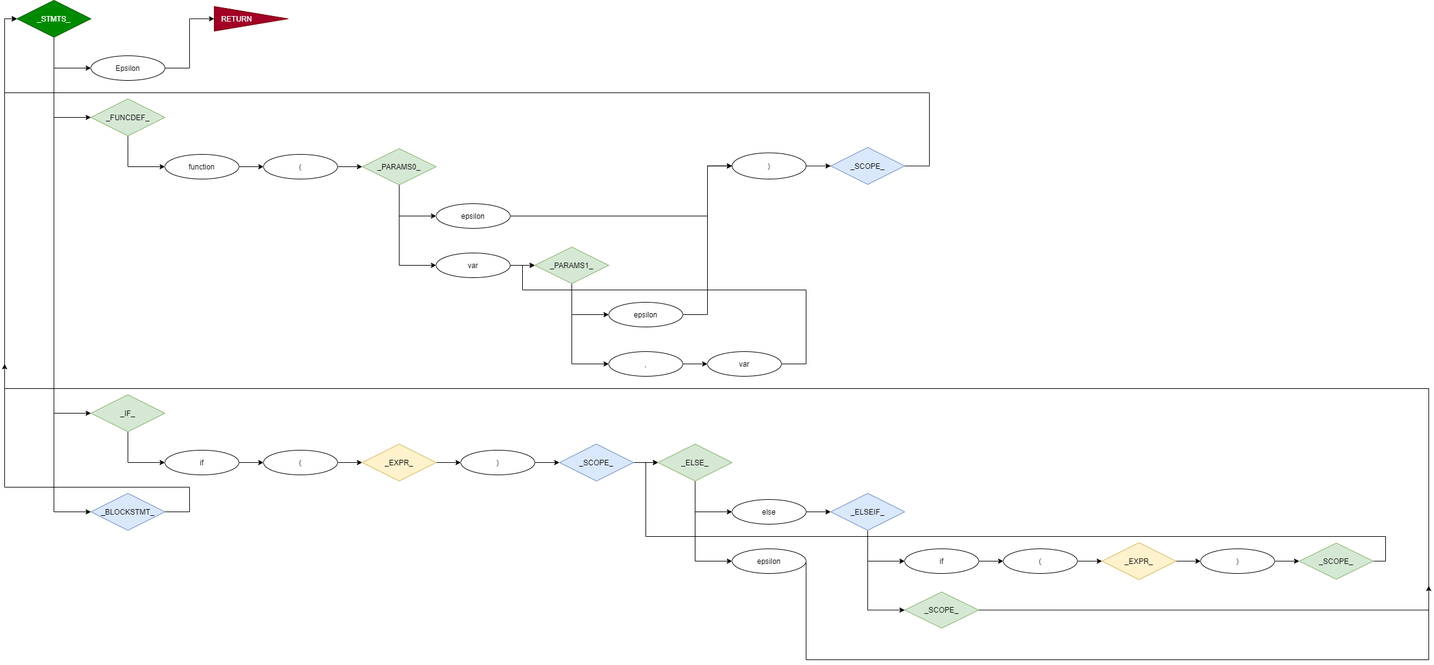
Before: README/Images/CFG1-_STMTS_.png, a diagram exported from draw.io (ZacharyYGateley/Compiler). Source tidied: cells renumbered, new cells last; positions are measured from the earlier drawing's top-left corner, leaving out a move shared by most shapes.
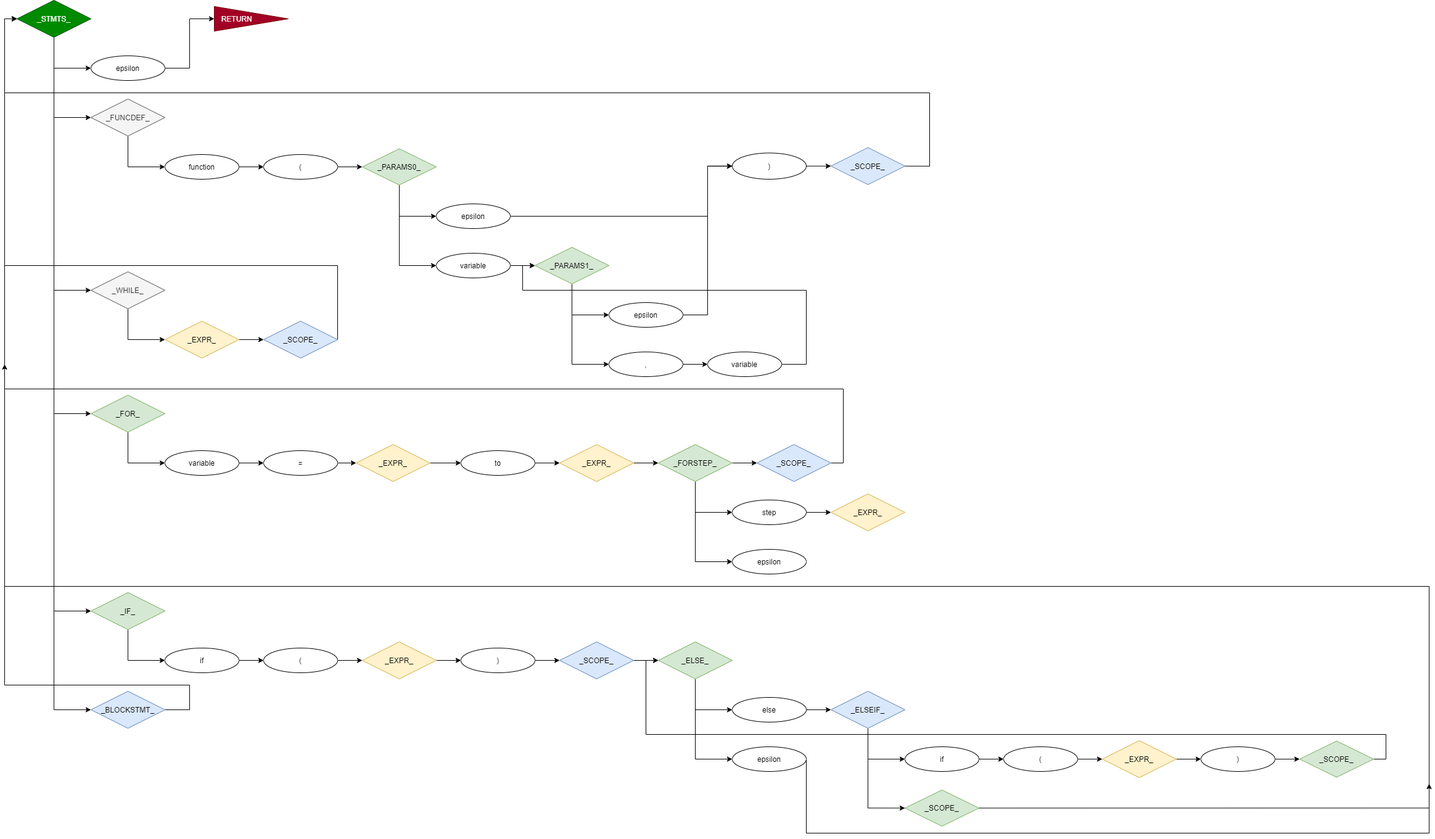
The same diagram one commit later.

Change to the diagram source:
```diff
@@ -5,8 +5,8 @@
     <mxCell id="2" style="edgeStyle=orthogonalEdgeStyle;rounded=0;jettySize=auto;html=1;exitX=0.5;exitY=1;exitDx=0;exitDy=0;entryX=0;entryY=0.5;entryDx=0;entryDy=0;" parent="1" edge="1" source="3" target="14">
       <mxGeometry relative="1" as="geometry" />
     </mxCell>
-    <mxCell id="3" value="_FUNCDEF_" style="rhombus;whiteSpace=wrap;html=1;fillColor=#d5e8d4;strokeColor=#82b366;" parent="1" vertex="1">
-      <mxGeometry x="140" y="160" width="120" height="60" as="geometry" />
+    <mxCell id="3" value="_FUNCDEF_" style="rhombus;whiteSpace=wrap;html=1;fillColor=#f5f5f5;strokeColor=#666666;fontColor=#333333;" parent="1" vertex="1">
+      <mxGeometry x="140" y="-160" width="120" height="60" as="geometry" />
     </mxCell>
     <mxCell id="4" style="edgeStyle=orthogonalEdgeStyle;rounded=0;jettySize=auto;html=1;exitX=0.5;exitY=1;exitDx=0;exitDy=0;entryX=0;entryY=0.5;entryDx=0;entryDy=0;" parent="1" edge="1" source="8" target="3">
       <mxGeometry relative="1" as="geometry" />
@@ -20,8 +20,14 @@
     <mxCell id="7" style="edgeStyle=orthogonalEdgeStyle;rounded=0;jettySize=auto;html=1;exitX=0.5;exitY=1;exitDx=0;exitDy=0;entryX=0;entryY=0.5;entryDx=0;entryDy=0;" parent="1" edge="1" source="8" target="40">
       <mxGeometry relative="1" as="geometry" />
     </mxCell>
+    <mxCell id="74" style="edgeStyle=orthogonalEdgeStyle;rounded=0;jettySize=auto;html=1;exitX=0.5;exitY=1;exitDx=0;exitDy=0;entryX=0;entryY=0.5;entryDx=0;entryDy=0;" parent="1" edge="1" source="8" target="77">
+      <mxGeometry relative="1" as="geometry" />
+    </mxCell>
+    <mxCell id="75" style="edgeStyle=orthogonalEdgeStyle;rounded=0;jettySize=auto;html=1;exitX=0.5;exitY=1;exitDx=0;exitDy=0;entryX=0;entryY=0.5;entryDx=0;entryDy=0;" parent="1" edge="1" source="8" target="83">
+      <mxGeometry relative="1" as="geometry" />
+    </mxCell>
     <mxCell id="8" value="_STMTS_" style="rhombus;whiteSpace=wrap;html=1;fillColor=#008a00;strokeColor=#005700;fontColor=#ffffff;" parent="1" vertex="1">
-      <mxGeometry x="20" width="120" height="60" as="geometry" />
+      <mxGeometry x="20" y="-320" width="120" height="60" as="geometry" />
     </mxCell>
     <mxCell id="9" style="edgeStyle=orthogonalEdgeStyle;rounded=0;jettySize=auto;html=1;exitX=0.5;exitY=1;exitDx=0;exitDy=0;entryX=0;entryY=0.5;entryDx=0;entryDy=0;" parent="1" edge="1" source="10" target="24">
       <mxGeometry relative="1" as="geometry" />
@@ -35,7 +41,7 @@
           <mxPoint x="300" y="830" />
           <mxPoint x="300" y="790" />
           <mxPoint y="790" />
-          <mxPoint y="30" />
+          <mxPoint y="-290" />
         </Array>
       </mxGeometry>
     </mxCell>
@@ -46,22 +52,22 @@
       <mxGeometry relative="1" as="geometry" />
     </mxCell>
     <mxCell id="14" value="function" style="ellipse;whiteSpace=wrap;html=1;" parent="1" vertex="1">
-      <mxGeometry x="260" y="250" width="120" height="40" as="geometry" />
+      <mxGeometry x="260" y="-70" width="120" height="40" as="geometry" />
     </mxCell>
     <mxCell id="15" style="edgeStyle=orthogonalEdgeStyle;rounded=0;jettySize=auto;html=1;exitX=1;exitY=0.5;exitDx=0;exitDy=0;entryX=0;entryY=0.5;entryDx=0;entryDy=0;" parent="1" edge="1" source="16" target="22">
       <mxGeometry relative="1" as="geometry" />
     </mxCell>
     <mxCell id="16" value="(" style="ellipse;whiteSpace=wrap;html=1;" parent="1" vertex="1">
-      <mxGeometry x="420" y="250" width="120" height="40" as="geometry" />
+      <mxGeometry x="420" y="-70" width="120" height="40" as="geometry" />
     </mxCell>
     <mxCell id="17" style="edgeStyle=orthogonalEdgeStyle;rounded=0;jettySize=auto;html=1;exitX=1;exitY=0.5;exitDx=0;exitDy=0;entryX=0;entryY=0.5;entryDx=0;entryDy=0;" parent="1" edge="1" source="73" target="8">
       <mxGeometry relative="1" as="geometry">
         <Array as="points">
-          <mxPoint x="1460" y="269" />
-          <mxPoint x="1500" y="269" />
-          <mxPoint x="1500" y="150" />
-          <mxPoint y="150" />
-          <mxPoint y="30" />
+          <mxPoint x="1460" y="-51" />
+          <mxPoint x="1500" y="-51" />
+          <mxPoint x="1500" y="-170" />
+          <mxPoint y="-170" />
+          <mxPoint y="-290" />
         </Array>
       </mxGeometry>
     </mxCell>
@@ -69,7 +75,7 @@
       <mxGeometry relative="1" as="geometry" />
     </mxCell>
     <mxCell id="19" value=")" style="ellipse;whiteSpace=wrap;html=1;" parent="1" vertex="1">
-      <mxGeometry x="1180" y="247.5" width="120" height="42.5" as="geometry" />
+      <mxGeometry x="1180" y="-72.5" width="120" height="42.5" as="geometry" />
     </mxCell>
     <mxCell id="20" style="edgeStyle=orthogonalEdgeStyle;rounded=0;jettySize=auto;html=1;exitX=0.5;exitY=1;exitDx=0;exitDy=0;entryX=0;entryY=0.5;entryDx=0;entryDy=0;" parent="1" edge="1" source="22" target="48">
       <mxGeometry relative="1" as="geometry" />
@@ -78,7 +84,7 @@
       <mxGeometry relative="1" as="geometry" />
     </mxCell>
     <mxCell id="22" value="_PARAMS0_" style="rhombus;whiteSpace=wrap;html=1;fillColor=#d5e8d4;strokeColor=#82b366;" parent="1" vertex="1">
-      <mxGeometry x="580" y="240.6" width="120" height="58.8" as="geometry" />
+      <mxGeometry x="580" y="-79.4" width="120" height="58.8" as="geometry" />
     </mxCell>
     <mxCell id="23" style="edgeStyle=orthogonalEdgeStyle;rounded=0;jettySize=auto;html=1;exitX=1;exitY=0.5;exitDx=0;exitDy=0;entryX=0;entryY=0.5;entryDx=0;entryDy=0;" parent="1" edge="1" source="24" target="26">
       <mxGeometry relative="1" as="geometry" />
@@ -137,17 +143,17 @@
     <mxCell id="39" style="edgeStyle=orthogonalEdgeStyle;rounded=0;jettySize=auto;html=1;exitX=1;exitY=0.5;exitDx=0;exitDy=0;entryX=0;entryY=0.5;entryDx=0;entryDy=0;" parent="1" edge="1" source="40" target="46">
       <mxGeometry relative="1" as="geometry" />
     </mxCell>
-    <mxCell id="40" value="Epsilon" style="ellipse;whiteSpace=wrap;html=1;" parent="1" vertex="1">
-      <mxGeometry x="140" y="90" width="120" height="40" as="geometry" />
+    <mxCell id="40" value="epsilon" style="ellipse;whiteSpace=wrap;html=1;" parent="1" vertex="1">
+      <mxGeometry x="140" y="-230" width="120" height="40" as="geometry" />
     </mxCell>
     <mxCell id="41" style="edgeStyle=orthogonalEdgeStyle;rounded=0;jettySize=auto;html=1;exitX=1;exitY=0.5;exitDx=0;exitDy=0;entryX=0;entryY=0.5;entryDx=0;entryDy=0;" parent="1" edge="1" source="42" target="8">
       <mxGeometry relative="1" as="geometry">
         <Array as="points">
-          <mxPoint x="1300" y="1070" />
-          <mxPoint x="2310" y="1070" />
+          <mxPoint x="1300" y="1030" />
+          <mxPoint x="2310" y="1030" />
           <mxPoint x="2310" y="630" />
           <mxPoint y="630" />
-          <mxPoint y="30" />
+          <mxPoint y="-290" />
         </Array>
       </mxGeometry>
     </mxCell>
@@ -167,24 +173,24 @@
       </mxGeometry>
     </mxCell>
     <mxCell id="46" value="RETURN&amp;nbsp; &amp;nbsp; &amp;nbsp; &amp;nbsp; &amp;nbsp; &amp;nbsp; &amp;nbsp;&amp;nbsp;" style="triangle;whiteSpace=wrap;html=1;fillColor=#a20025;strokeColor=#6F0000;fontColor=#ffffff;" parent="1" vertex="1">
-      <mxGeometry x="340" y="10" width="120" height="40" as="geometry" />
+      <mxGeometry x="340" y="-310" width="120" height="40" as="geometry" />
     </mxCell>
     <mxCell id="47" style="edgeStyle=orthogonalEdgeStyle;rounded=0;jettySize=auto;html=1;exitX=1;exitY=0.5;exitDx=0;exitDy=0;entryX=0;entryY=0.5;entryDx=0;entryDy=0;" parent="1" edge="1" source="48" target="19">
       <mxGeometry relative="1" as="geometry">
         <Array as="points">
-          <mxPoint x="1140" y="350" />
-          <mxPoint x="1140" y="269" />
+          <mxPoint x="1140" y="30" />
+          <mxPoint x="1140" y="-51" />
         </Array>
       </mxGeometry>
     </mxCell>
     <mxCell id="48" value="epsilon" style="ellipse;whiteSpace=wrap;html=1;" parent="1" vertex="1">
-      <mxGeometry x="700" y="330" width="120" height="40" as="geometry" />
+      <mxGeometry x="700" y="10" width="120" height="40" as="geometry" />
     </mxCell>
     <mxCell id="49" style="edgeStyle=orthogonalEdgeStyle;rounded=0;jettySize=auto;html=1;exitX=1;exitY=0.5;exitDx=0;exitDy=0;entryX=0;entryY=0.5;entryDx=0;entryDy=0;" parent="1" edge="1" source="50" target="53">
       <mxGeometry relative="1" as="geometry" />
     </mxCell>
-    <mxCell id="50" value="var" style="ellipse;whiteSpace=wrap;html=1;" parent="1" vertex="1">
-      <mxGeometry x="700" y="410" width="120" height="40" as="geometry" />
+    <mxCell id="50" value="variable" style="ellipse;whiteSpace=wrap;html=1;" parent="1" vertex="1">
+      <mxGeometry x="700" y="90" width="120" height="40" as="geometry" />
     </mxCell>
     <mxCell id="51" style="edgeStyle=orthogonalEdgeStyle;rounded=0;jettySize=auto;html=1;exitX=0.5;exitY=1;exitDx=0;exitDy=0;entryX=0;entryY=0.5;entryDx=0;entryDy=0;" parent="1" edge="1" source="53" target="55">
       <mxGeometry relative="1" as="geometry" />
@@ -193,37 +199,37 @@
       <mxGeometry relative="1" as="geometry" />
     </mxCell>
     <mxCell id="53" value="_PARAMS1_" style="rhombus;whiteSpace=wrap;html=1;fillColor=#d5e8d4;strokeColor=#82b366;" parent="1" vertex="1">
-      <mxGeometry x="860" y="400.3" width="120" height="59.4" as="geometry" />
+      <mxGeometry x="860" y="80.3" width="120" height="59.4" as="geometry" />
     </mxCell>
     <mxCell id="54" style="edgeStyle=orthogonalEdgeStyle;rounded=0;jettySize=auto;html=1;exitX=1;exitY=0.5;exitDx=0;exitDy=0;entryX=0;entryY=0.5;entryDx=0;entryDy=0;" parent="1" edge="1" source="55" target="19">
       <mxGeometry relative="1" as="geometry" />
     </mxCell>
     <mxCell id="55" value="epsilon" style="ellipse;whiteSpace=wrap;html=1;" parent="1" vertex="1">
-      <mxGeometry x="980" y="490" width="120" height="40" as="geometry" />
+      <mxGeometry x="980" y="170" width="120" height="40" as="geometry" />
     </mxCell>
     <mxCell id="56" style="edgeStyle=orthogonalEdgeStyle;rounded=0;jettySize=auto;html=1;exitX=1;exitY=0.5;exitDx=0;exitDy=0;entryX=0;entryY=0.5;entryDx=0;entryDy=0;" parent="1" edge="1" source="57" target="59">
       <mxGeometry relative="1" as="geometry" />
     </mxCell>
     <mxCell id="57" value="," style="ellipse;whiteSpace=wrap;html=1;" parent="1" vertex="1">
-      <mxGeometry x="980" y="570" width="120" height="40" as="geometry" />
+      <mxGeometry x="980" y="250" width="120" height="40" as="geometry" />
     </mxCell>
     <mxCell id="58" style="edgeStyle=orthogonalEdgeStyle;rounded=0;jettySize=auto;html=1;exitX=1;exitY=0.5;exitDx=0;exitDy=0;entryX=0;entryY=0.5;entryDx=0;entryDy=0;" parent="1" edge="1" source="59" target="53">
       <mxGeometry relative="1" as="geometry">
         <Array as="points">
-          <mxPoint x="1300" y="590" />
-          <mxPoint x="1300" y="470" />
-          <mxPoint x="840" y="470" />
-          <mxPoint x="840" y="430" />
+          <mxPoint x="1300" y="270" />
+          <mxPoint x="1300" y="150" />
+          <mxPoint x="840" y="150" />
+          <mxPoint x="840" y="110" />
         </Array>
       </mxGeometry>
     </mxCell>
-    <mxCell id="59" value="var" style="ellipse;whiteSpace=wrap;html=1;" parent="1" vertex="1">
-      <mxGeometry x="1140" y="570" width="120" height="40" as="geometry" />
+    <mxCell id="59" value="variable" style="ellipse;whiteSpace=wrap;html=1;" parent="1" vertex="1">
+      <mxGeometry x="1140" y="250" width="120" height="40" as="geometry" />
     </mxCell>
     <mxCell id="60" style="endArrow=classic;html=1;" parent="1" edge="1">
       <mxGeometry relative="1" as="geometry">
-        <mxPoint y="670" as="sourcePoint" />
-        <mxPoint y="590" as="targetPoint" />
+        <mxPoint y="350" as="sourcePoint" />
+        <mxPoint y="270" as="targetPoint" />
       </mxGeometry>
     </mxCell>
     <mxCell id="61" style="edgeStyle=orthogonalEdgeStyle;rounded=0;jettySize=auto;html=1;exitX=1;exitY=0.5;exitDx=0;exitDy=0;entryX=0;entryY=0.5;entryDx=0;entryDy=0;" parent="1" edge="1" source="62" target="66">
@@ -266,11 +272,10 @@
     <mxCell id="71" style="edgeStyle=orthogonalEdgeStyle;rounded=0;jettySize=auto;html=1;exitX=1;exitY=0.5;exitDx=0;exitDy=0;entryX=0;entryY=0.5;entryDx=0;entryDy=0;" parent="1" edge="1" source="72" target="8">
       <mxGeometry relative="1" as="geometry">
         <Array as="points">
-          <mxPoint x="1580" y="990" />
-          <mxPoint x="2310" y="990" />
+          <mxPoint x="2310" y="989" />
           <mxPoint x="2310" y="630" />
           <mxPoint y="630" />
-          <mxPoint y="30" />
+          <mxPoint y="-290" />
         </Array>
       </mxGeometry>
     </mxCell>
@@ -278,7 +283,104 @@
       <mxGeometry x="1460" y="960" width="120" height="58.8" as="geometry" />
     </mxCell>
     <mxCell id="73" value="_SCOPE_" style="rhombus;whiteSpace=wrap;html=1;fillColor=#dae8fc;strokeColor=#6c8ebf;" parent="1" vertex="1">
-      <mxGeometry x="1340" y="238.8" width="120" height="60" as="geometry" />
+      <mxGeometry x="1340" y="-81.2" width="120" height="60" as="geometry" />
     </mxCell>
+    <mxCell id="76" style="edgeStyle=orthogonalEdgeStyle;rounded=0;jettySize=auto;html=1;exitX=0.5;exitY=1;exitDx=0;exitDy=0;entryX=0;entryY=0.5;entryDx=0;entryDy=0;" parent="1" edge="1" source="77" target="79">
+      <mxGeometry relative="1" as="geometry" />
+    </mxCell>
+    <mxCell id="77" value="_WHILE_" style="rhombus;whiteSpace=wrap;html=1;fillColor=#f5f5f5;strokeColor=#666666;fontColor=#333333;" parent="1" vertex="1">
+      <mxGeometry x="140" y="120" width="120" height="60" as="geometry" />
+    </mxCell>
+    <mxCell id="78" style="edgeStyle=orthogonalEdgeStyle;rounded=0;jettySize=auto;html=1;exitX=1;exitY=0.5;exitDx=0;exitDy=0;entryX=0;entryY=0.5;entryDx=0;entryDy=0;" parent="1" edge="1" source="79" target="81">
+      <mxGeometry relative="1" as="geometry" />
+    </mxCell>
+    <mxCell id="79" value="_EXPR_" style="rhombus;whiteSpace=wrap;html=1;fillColor=#fff2cc;strokeColor=#d6b656;" parent="1" vertex="1">
+      <mxGeometry x="260" y="200" width="120" height="60" as="geometry" />
+    </mxCell>
+    <mxCell id="80" style="edgeStyle=orthogonalEdgeStyle;rounded=0;jettySize=auto;html=1;exitX=1;exitY=0.5;exitDx=0;exitDy=0;entryX=0;entryY=0.5;entryDx=0;entryDy=0;" parent="1" edge="1" source="81" target="8">
+      <mxGeometry relative="1" as="geometry">
+        <Array as="points">
+          <mxPoint x="540" y="110" />
+          <mxPoint y="110" />
+          <mxPoint y="-290" />
+        </Array>
+      </mxGeometry>
+    </mxCell>
+    <mxCell id="81" value="_SCOPE_" style="rhombus;whiteSpace=wrap;html=1;fillColor=#dae8fc;strokeColor=#6c8ebf;" parent="1" vertex="1">
+      <mxGeometry x="420" y="200" width="120" height="60" as="geometry" />
+    </mxCell>
+    <mxCell id="82" style="edgeStyle=orthogonalEdgeStyle;rounded=0;jettySize=auto;html=1;exitX=0.5;exitY=1;exitDx=0;exitDy=0;entryX=0;entryY=0.5;entryDx=0;entryDy=0;" parent="1" edge="1" source="83" target="95">
+      <mxGeometry relative="1" as="geometry" />
+    </mxCell>
+    <mxCell id="83" value="_FOR_" style="rhombus;whiteSpace=wrap;html=1;fillColor=#d5e8d4;strokeColor=#82b366;" parent="1" vertex="1">
+      <mxGeometry x="140" y="320" width="120" height="60" as="geometry" />
+    </mxCell>
+    <mxCell id="84" style="edgeStyle=orthogonalEdgeStyle;rounded=0;jettySize=auto;html=1;entryX=0;entryY=0.5;entryDx=0;entryDy=0;" parent="1" edge="1" source="85" target="101">
+      <mxGeometry relative="1" as="geometry" />
+    </mxCell>
+    <mxCell id="85" value="=" style="ellipse;whiteSpace=wrap;html=1;" parent="1" vertex="1">
+      <mxGeometry x="420" y="410" width="120" height="40" as="geometry" />
+    </mxCell>
+    <mxCell id="86" style="edgeStyle=orthogonalEdgeStyle;rounded=0;jettySize=auto;html=1;exitX=1;exitY=0.5;exitDx=0;exitDy=0;" parent="1" edge="1" source="101" target="88">
+      <mxGeometry relative="1" as="geometry" />
+    </mxCell>
+    <mxCell id="87" style="edgeStyle=orthogonalEdgeStyle;rounded=0;jettySize=auto;html=1;entryX=0;entryY=0.5;entryDx=0;entryDy=0;" parent="1" edge="1" source="88" target="102">
+      <mxGeometry relative="1" as="geometry" />
+    </mxCell>
+    <mxCell id="88" value="to" style="ellipse;whiteSpace=wrap;html=1;" parent="1" vertex="1">
+      <mxGeometry x="740" y="410" width="120" height="40" as="geometry" />
+    </mxCell>
+    <mxCell id="89" style="edgeStyle=orthogonalEdgeStyle;rounded=0;jettySize=auto;html=1;exitX=1;exitY=0.5;exitDx=0;exitDy=0;" parent="1" edge="1" source="102" target="93">
+      <mxGeometry relative="1" as="geometry" />
+    </mxCell>
+    <mxCell id="90" style="edgeStyle=orthogonalEdgeStyle;rounded=0;jettySize=auto;html=1;exitX=0.5;exitY=1;exitDx=0;exitDy=0;entryX=0;entryY=0.5;entryDx=0;entryDy=0;" parent="1" edge="1" source="93" target="97">
+      <mxGeometry relative="1" as="geometry" />
+    </mxCell>
+    <mxCell id="91" style="edgeStyle=orthogonalEdgeStyle;rounded=0;jettySize=auto;html=1;exitX=0.5;exitY=1;exitDx=0;exitDy=0;entryX=0;entryY=0.5;entryDx=0;entryDy=0;" parent="1" edge="1" source="93" target="98">
+      <mxGeometry relative="1" as="geometry" />
+    </mxCell>
+    <mxCell id="92" style="edgeStyle=orthogonalEdgeStyle;rounded=0;jettySize=auto;html=1;exitX=1;exitY=0.5;exitDx=0;exitDy=0;entryX=0;entryY=0.5;entryDx=0;entryDy=0;" parent="1" edge="1" source="93" target="100">
+      <mxGeometry relative="1" as="geometry" />
+    </mxCell>
+    <mxCell id="93" value="_FORSTEP_" style="rhombus;whiteSpace=wrap;html=1;fillColor=#d5e8d4;strokeColor=#82b366;" parent="1" vertex="1">
+      <mxGeometry x="1060" y="400" width="120" height="60" as="geometry" />
+    </mxCell>
+    <mxCell id="94" style="edgeStyle=orthogonalEdgeStyle;rounded=0;jettySize=auto;html=1;exitX=1;exitY=0.5;exitDx=0;exitDy=0;entryX=0;entryY=0.5;entryDx=0;entryDy=0;" parent="1" edge="1" source="95" target="85">
+      <mxGeometry relative="1" as="geometry" />
+    </mxCell>
+    <mxCell id="95" value="variable" style="ellipse;whiteSpace=wrap;html=1;" parent="1" vertex="1">
+      <mxGeometry x="260" y="410" width="120" height="40" as="geometry" />
+    </mxCell>
+    <mxCell id="96" style="edgeStyle=orthogonalEdgeStyle;rounded=0;jettySize=auto;html=1;entryX=0;entryY=0.5;entryDx=0;entryDy=0;" parent="1" edge="1" source="97" target="103">
+      <mxGeometry relative="1" as="geometry" />
+    </mxCell>
+    <mxCell id="97" value="step" style="ellipse;whiteSpace=wrap;html=1;" parent="1" vertex="1">
+      <mxGeometry x="1180" y="490" width="120" height="40" as="geometry" />
+    </mxCell>
+    <mxCell id="98" value="epsilon" style="ellipse;whiteSpace=wrap;html=1;" parent="1" vertex="1">
+      <mxGeometry x="1180" y="570" width="120" height="40" as="geometry" />
+    </mxCell>
+    <mxCell id="99" style="edgeStyle=orthogonalEdgeStyle;rounded=0;jettySize=auto;html=1;exitX=1;exitY=0.5;exitDx=0;exitDy=0;entryX=0;entryY=0.5;entryDx=0;entryDy=0;" parent="1" edge="1" source="100" target="8">
+      <mxGeometry relative="1" as="geometry">
+        <Array as="points">
+          <mxPoint x="1360" y="430" />
+          <mxPoint x="1360" y="310" />
+          <mxPoint y="310" />
+          <mxPoint y="-290" />
+        </Array>
+      </mxGeometry>
+    </mxCell>
+    <mxCell id="100" value="_SCOPE_" style="rhombus;whiteSpace=wrap;html=1;fillColor=#dae8fc;strokeColor=#6c8ebf;" parent="1" vertex="1">
+      <mxGeometry x="1220" y="400" width="120" height="60" as="geometry" />
+    </mxCell>
+    <mxCell id="101" value="_EXPR_" style="rhombus;whiteSpace=wrap;html=1;fillColor=#fff2cc;strokeColor=#d6b656;" parent="1" vertex="1">
+      <mxGeometry x="570" y="400" width="120" height="60" as="geometry" />
+    </mxCell>
+    <mxCell id="102" value="_EXPR_" style="rhombus;whiteSpace=wrap;html=1;fillColor=#fff2cc;strokeColor=#d6b656;" parent="1" vertex="1">
+      <mxGeometry x="900" y="400" width="120" height="60" as="geometry" />
+    </mxCell>
+    <mxCell id="103" value="_EXPR_" style="rhombus;whiteSpace=wrap;html=1;fillColor=#fff2cc;strokeColor=#d6b656;" parent="1" vertex="1">
+      <mxGeometry x="1340" y="480" width="120" height="60" as="geometry" />
+    </mxCell>
   </root>
 </mxGraphModel>
```
